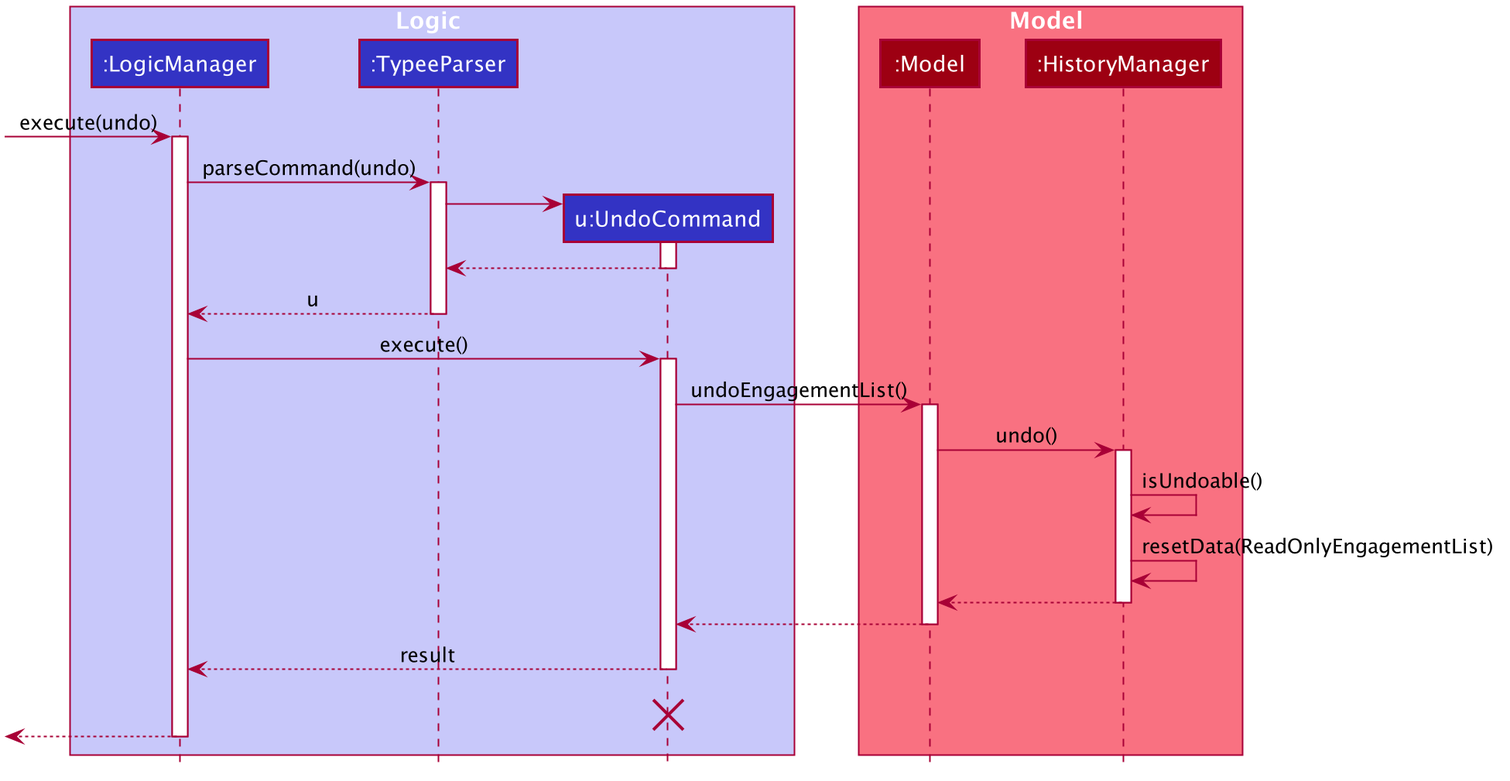
Earlier version of the PlantUML export docs/images/UndoSequenceDiagram.png (nus-cs2103-AY1920S1/addressbook-level3).
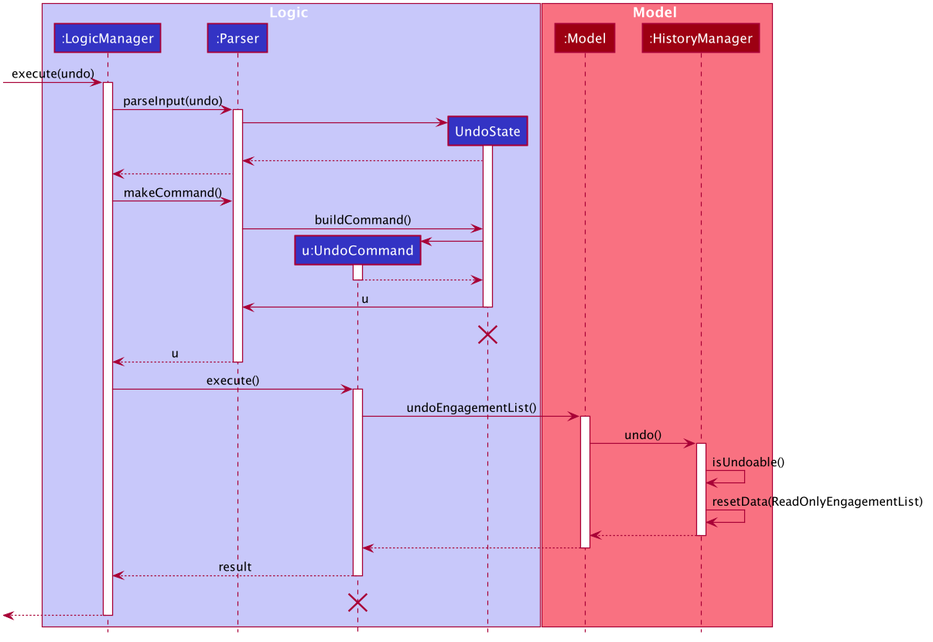
After the commit.

Commit message:
Update sequence diagram

Diff of the diagram source:
```diff
@@ -50,8 +50,9 @@
 
 box Logic #C8C8FA
 participant ":LogicManager" as LogicManager #3333C4
-participant ":TypeeParser" as TypeeParser #3333C4
+participant ":Parser" as Parser #3333C4
 participant "u:UndoCommand" as UndoCommand #3333C4
+participant "UndoState" as UndoState #3333C4
 end box
 
 box Model #F97181
@@ -61,18 +62,32 @@
 [-> LogicManager : execute(undo)
 activate LogicManager
 
-LogicManager -> TypeeParser : parseCommand(undo)
-activate TypeeParser
+LogicManager -> Parser : parseInput(undo)
+activate Parser
+
+create UndoState
+Parser -> UndoState
+activate UndoState
+UndoState --> Parser
+Parser --> LogicManager
+
+LogicManager -> Parser : makeCommand()
+Parser -> UndoState : buildCommand()
 
 create UndoCommand
-TypeeParser -> UndoCommand
+UndoState -> UndoCommand
 activate UndoCommand
 
-UndoCommand --> TypeeParser
+UndoCommand --> UndoState
 deactivate UndoCommand
 
-TypeeParser --> LogicManager : u
-deactivate TypeeParser
+UndoState -> Parser : u
+deactivate UndoState
+UndoState -[hidden]-> Parser : result
+destroy UndoState
+
+Parser --> LogicManager : u
+deactivate Parser
 
 LogicManager -> UndoCommand : execute()
 activate UndoCommand
```
